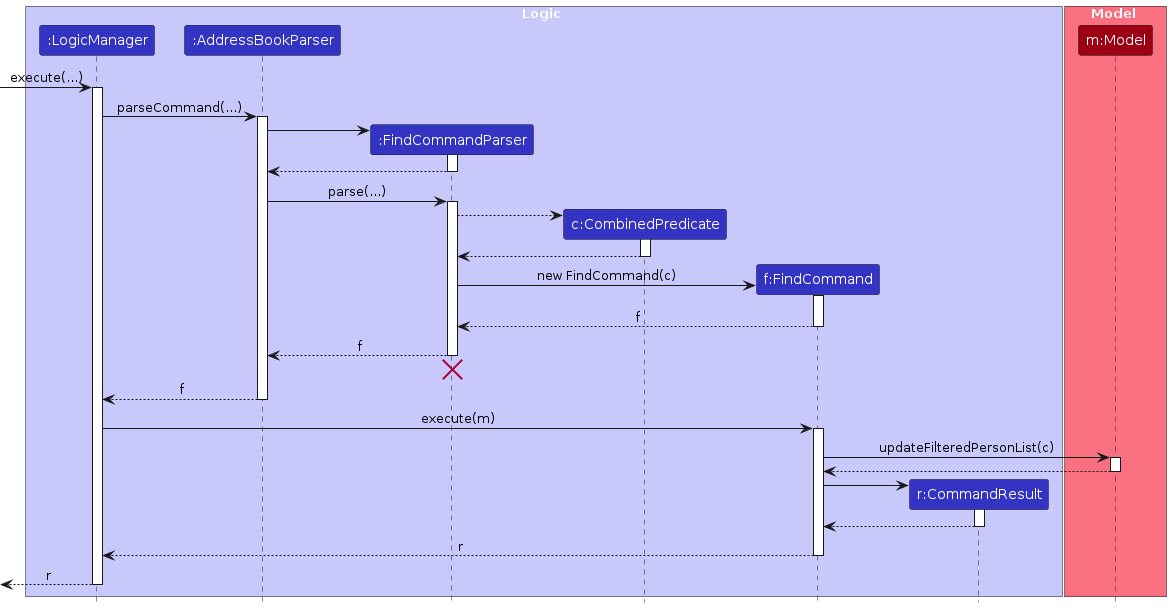
Before: diagrams/FindSequenceDiagram.png, a diagram exported from PlantUML (AY2425S1-CS2103T-F09-4/tp). Its source is kept beside it as diagrams/FindSequenceDiagram.puml.
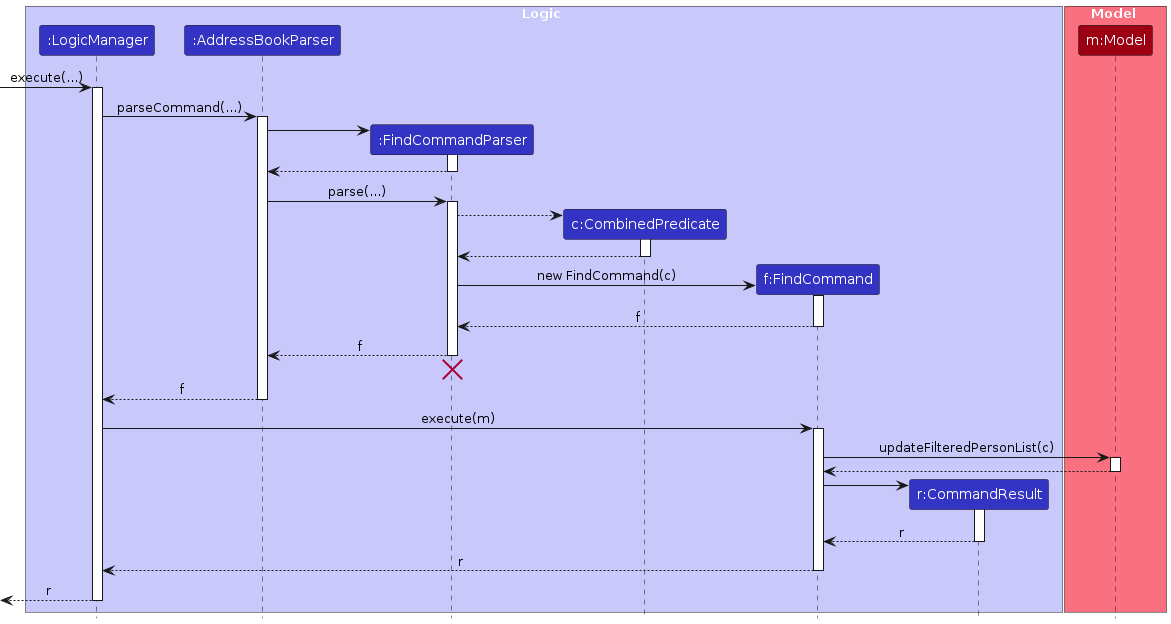
Above is the later version.

Change to the diagram source:
```diff
@@ -66,7 +66,7 @@
 FindCommand -> CommandResult
 activate CommandResult
 
-CommandResult --> FindCommand
+CommandResult --> FindCommand : r
 deactivate CommandResult
 
 FindCommand --> LogicManager : r
```
